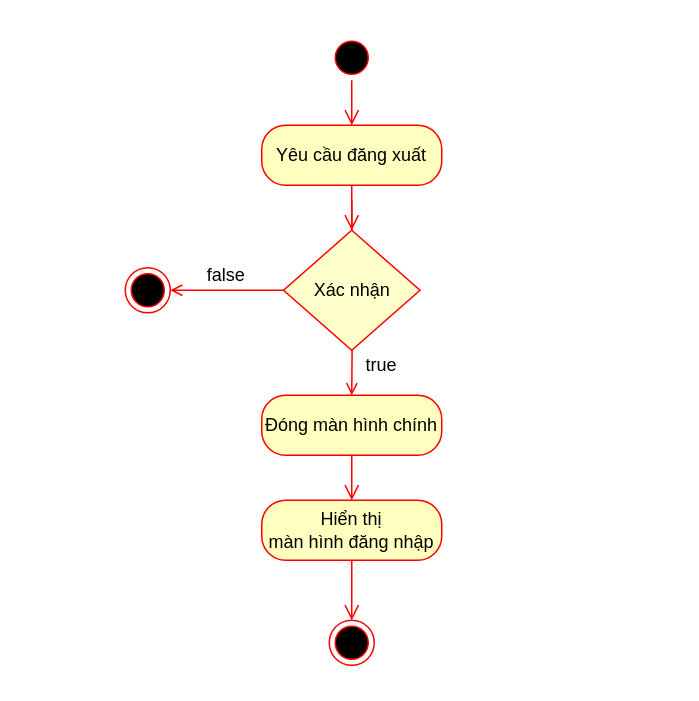
Earlier version of the draw.io diagram page "đăng xuất" (2 of 4) of PJ 2B Activity Diagram.drawio (LocalHost127000/OODA). Source tidied: cells renumbered, new cells numbered last; positions are measured from the earlier drawing's top-left corner, leaving out a move shared by most shapes. Both pictures are drawn from the tidied source at 150%, with x=0, y=0 at pixel (124, 34).
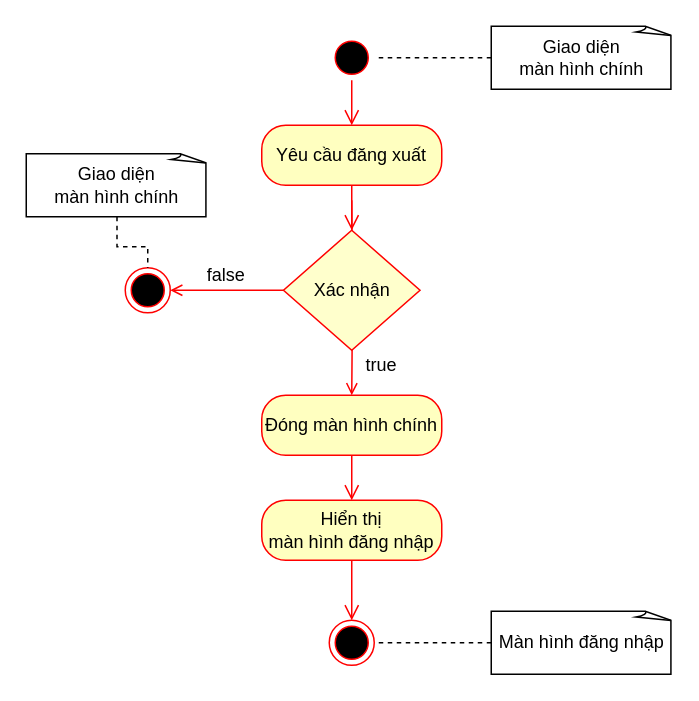
The same diagram, later.

Unchanged cells that the change refers to:
```xml
<mxCell id="2" style="ellipse;html=1;shape=startState;fillColor=#000000;strokeColor=#ff0000;" parent="1" vertex="1">
  <mxGeometry x="136" width="30" height="30" as="geometry" />
</mxCell>
<mxCell id="15" style="ellipse;html=1;shape=endState;fillColor=#000000;strokeColor=#ff0000;" parent="1" vertex="1">
  <mxGeometry x="136" y="390" width="30" height="30" as="geometry" />
</mxCell>
<mxCell id="16" style="ellipse;html=1;shape=endState;fillColor=#000000;strokeColor=#ff0000;" parent="1" vertex="1">
  <mxGeometry y="155" width="30" height="30" as="geometry" />
</mxCell>
```

Diff of the diagram source:
```diff
@@
+    <mxCell id="17" style="edgeStyle=orthogonalEdgeStyle;rounded=0;jettySize=auto;html=1;dashed=1;endArrow=none;endFill=0;" parent="1" edge="1" source="18" target="2">
+      <mxGeometry relative="1" as="geometry" />
+    </mxCell>
+    <mxCell id="18" value="Giao diện&lt;br&gt;màn hình chính" style="whiteSpace=wrap;html=1;shape=mxgraph.basic.document;perimeterSpacing=0;" parent="1" vertex="1">
+      <mxGeometry x="244" y="-6" width="121" height="42" as="geometry" />
+    </mxCell>
+    <mxCell id="19" style="edgeStyle=orthogonalEdgeStyle;rounded=0;jettySize=auto;html=1;dashed=1;endArrow=none;endFill=0;" parent="1" edge="1" source="20" target="16">
+      <mxGeometry relative="1" as="geometry" />
+    </mxCell>
+    <mxCell id="20" value="Giao diện&lt;br&gt;màn hình chính" style="whiteSpace=wrap;html=1;shape=mxgraph.basic.document;perimeterSpacing=0;" parent="1" vertex="1">
+      <mxGeometry x="-66" y="79" width="121" height="42" as="geometry" />
+    </mxCell>
+    <mxCell id="21" style="edgeStyle=orthogonalEdgeStyle;rounded=0;jettySize=auto;html=1;endArrow=none;endFill=0;dashed=1;" parent="1" edge="1" source="22" target="15">
+      <mxGeometry relative="1" as="geometry" />
+    </mxCell>
+    <mxCell id="22" value="Màn hình đăng nhập" style="whiteSpace=wrap;html=1;shape=mxgraph.basic.document;perimeterSpacing=0;" parent="1" vertex="1">
+      <mxGeometry x="244" y="384" width="121" height="42" as="geometry" />
+    </mxCell>
```
